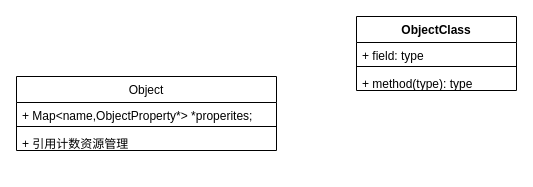
Before: QOM-BigArch.drawio in youtubezou/A-thinking-in-linux, a draw.io diagram. Source tidied: cells renumbered, new cells numbered last; positions are measured from the earlier drawing's top-left corner, leaving out a move shared by most shapes. Both pictures are drawn from the tidied source at 100%, with x=0, y=0 at pixel (16, 16).
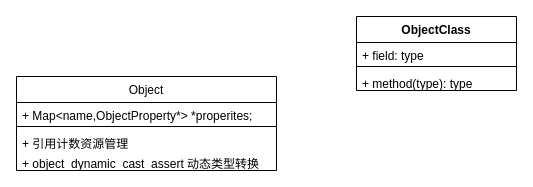
The same page after the edit.

The edit, as a diff of the source:
```diff
@@
 <mxGraphModel>
   <root>
     <mxCell id="0" />
     <mxCell id="1" parent="0" />
     <mxCell id="2" value="Object" style="swimlane;fontStyle=0;horizontal=1;startSize=26;fillColor=none;" parent="1" vertex="1">
-      <mxGeometry y="60" width="260" height="74" as="geometry" />
+      <mxGeometry y="60" width="260" height="94" as="geometry" />
     </mxCell>
     <mxCell id="3" value="+ Map&lt;name,ObjectProperty*&gt; *properites;" style="text;strokeColor=none;fillColor=none;align=left;verticalAlign=top;spacingLeft=4;spacingRight=4;overflow=hidden;" parent="2" vertex="1">
       <mxGeometry y="26" width="260" height="20" as="geometry" />
     </mxCell>
     <mxCell id="4" style="line;strokeWidth=1;fillColor=none;align=left;verticalAlign=middle;spacingTop=-1;spacingLeft=3;spacingRight=3;labelPosition=right;" parent="2" vertex="1">
       <mxGeometry y="46" width="260" height="8" as="geometry" />
     </mxCell>
     <mxCell id="5" value="+ 引用计数资源管理" style="text;strokeColor=none;fillColor=none;align=left;verticalAlign=top;spacingLeft=4;spacingRight=4;overflow=hidden;" parent="2" vertex="1">
       <mxGeometry y="54" width="260" height="20" as="geometry" />
     </mxCell>
+    <mxCell id="10" value="+ object_dynamic_cast_assert 动态类型转换" style="text;strokeColor=none;fillColor=none;align=left;verticalAlign=top;spacingLeft=4;spacingRight=4;overflow=hidden;" parent="2" vertex="1">
+      <mxGeometry y="74" width="260" height="20" as="geometry" />
+    </mxCell>
     <mxCell id="6" value="ObjectClass" style="swimlane;fontStyle=1;align=center;verticalAlign=top;horizontal=1;startSize=26;" parent="1" vertex="1">
       <mxGeometry x="340" width="160" height="74" as="geometry" />
     </mxCell>
     <mxCell id="7" value="+ field: type" style="text;strokeColor=none;fillColor=none;align=left;verticalAlign=top;spacingLeft=4;spacingRight=4;overflow=hidden;" parent="6" vertex="1">
       <mxGeometry y="26" width="160" height="20" as="geometry" />
     </mxCell>
     <mxCell id="8" style="line;strokeWidth=1;fillColor=none;align=left;verticalAlign=middle;spacingTop=-1;spacingLeft=3;spacingRight=3;labelPosition=right;" parent="6" vertex="1">
       <mxGeometry y="46" width="160" height="8" as="geometry" />
     </mxCell>
     <mxCell id="9" value="+ method(type): type" style="text;strokeColor=none;fillColor=none;align=left;verticalAlign=top;spacingLeft=4;spacingRight=4;overflow=hidden;" parent="6" vertex="1">
       <mxGeometry y="54" width="160" height="20" as="geometry" />
     </mxCell>
   </root>
 </mxGraphModel>
```
